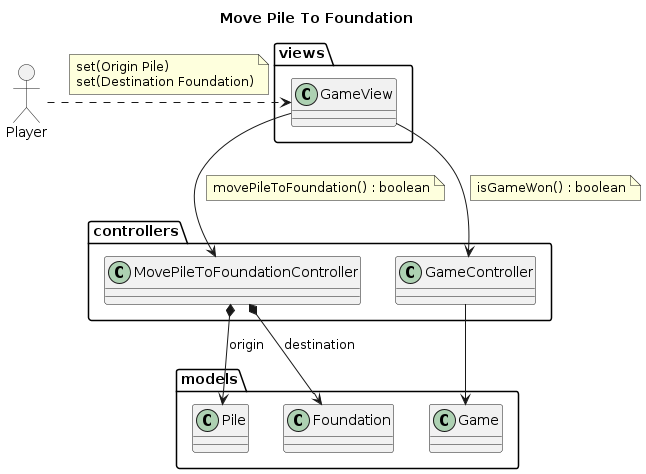
Earlier version of the PlantUML export 03-analisis/MovePileToFoundation.png (marinasayols/MDWP1RUP-Klondike). Source of this version:
```plantuml
@startuml
allow_mixing

title Move Pile To Foundation

package views {
	class GameView
}

package controllers {
	class "MovePileToFoundationController" as PToF
	class GameController
}

package models {
	class Foundation
	class Pile
	class Game
}


actor Player
Player .> GameView
note on link
	set(Origin Pile)
	set(Destination Foundation)
end note

GameView --> PToF
note on link
	movePileToFoundation() : boolean
end note

PToF *-> Pile : origin
PToF *--> Foundation : destination

GameView --> GameController
note on link : isGameWon() : boolean

GameController --> Game

@enduml
```
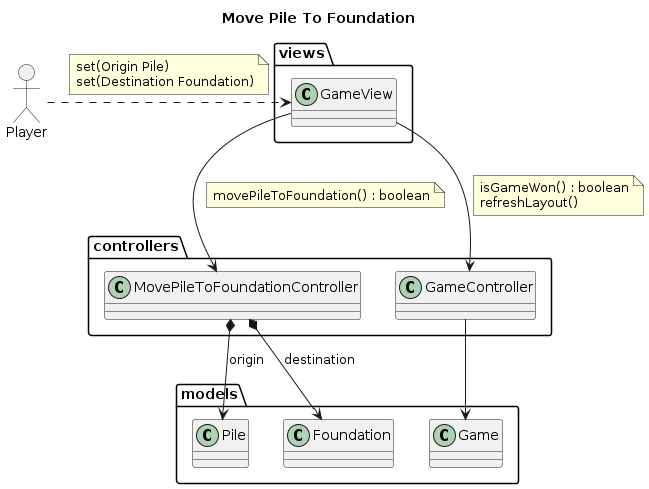
The same file after the commit.

Commit message:
Add refresh layout

What changed in the source:
```diff
@@ -35,7 +35,10 @@
 PToF *--> Foundation : destination
 
 GameView --> GameController
-note on link : isGameWon() : boolean
+note on link
+	isGameWon() : boolean
+	refreshLayout()
+end note
 
 GameController --> Game
 
```
